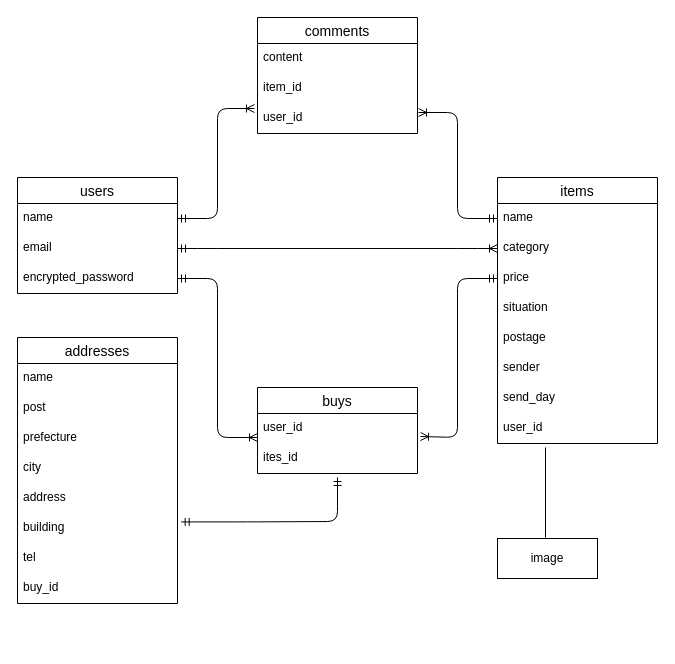
This is furima.dio from sugimotohayato/furima-39259, a draw.io file, before an edit. Source tidied: cells renumbered, new cells numbered last; positions are measured from the earlier drawing's top-left corner, leaving out a move shared by most shapes. Both pictures are drawn from the tidied source at 100%, with x=0, y=0 at pixel (17, 17).
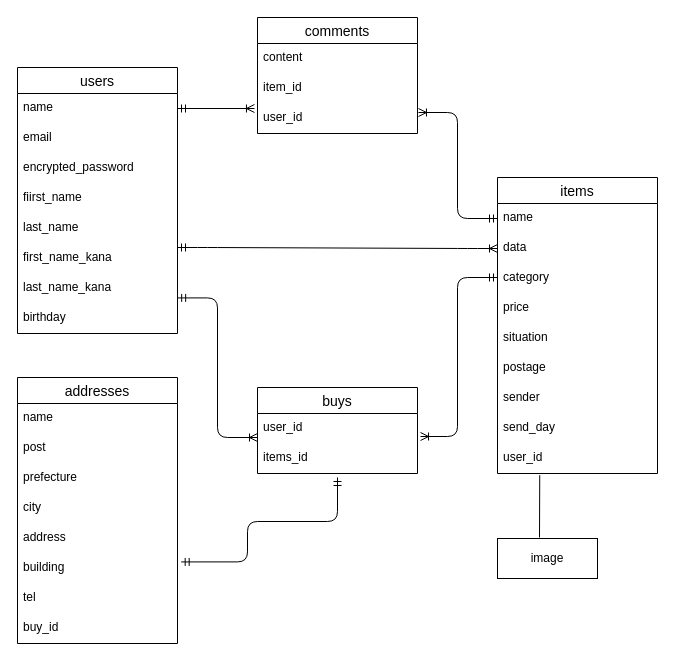
After the change.

The change refers to these unchanged cells:
```xml
<mxCell id="4" value="email" style="text;strokeColor=none;fillColor=none;spacingLeft=4;spacingRight=4;overflow=hidden;points=[[0,0.5],[1,0.5]];portConstraint=eastwest;fontSize=12;" parent="2" vertex="1">
  <mxGeometry y="56" width="160" height="30" as="geometry" />
</mxCell>
<mxCell id="5" value="encrypted_password" style="text;strokeColor=none;fillColor=none;spacingLeft=4;spacingRight=4;overflow=hidden;points=[[0,0.5],[1,0.5]];portConstraint=eastwest;fontSize=12;" parent="2" vertex="1">
  <mxGeometry y="86" width="160" height="30" as="geometry" />
</mxCell>
<mxCell id="19" value="buys" style="swimlane;fontStyle=0;horizontal=1;startSize=26;align=center;fontSize=14;" parent="1" vertex="1">
  <mxGeometry x="240" y="370" width="160" height="86" as="geometry" />
</mxCell>
<mxCell id="20" value="user_id" style="text;strokeColor=none;fillColor=none;spacingLeft=4;spacingRight=4;overflow=hidden;points=[[0,0.5],[1,0.5]];portConstraint=eastwest;fontSize=12;" parent="19" vertex="1">
  <mxGeometry y="26" width="160" height="30" as="geometry" />
</mxCell>
```

The edit, as a diff of the source:
```diff
@@
     <mxCell id="2" value="users" style="swimlane;fontStyle=0;horizontal=1;startSize=26;align=center;fontSize=14;" parent="1" vertex="1">
-      <mxGeometry y="160" width="160" height="116" as="geometry" />
+      <mxGeometry y="50" width="160" height="266" as="geometry" />
     </mxCell>
@@
+    <mxCell id="39" value="fiirst_name" style="text;strokeColor=none;fillColor=none;spacingLeft=4;spacingRight=4;overflow=hidden;fontSize=12;" parent="2" vertex="1">
+      <mxGeometry y="116" width="160" height="30" as="geometry" />
+    </mxCell>
+    <mxCell id="40" value="last_name" style="text;strokeColor=none;fillColor=none;spacingLeft=4;spacingRight=4;overflow=hidden;fontSize=12;" parent="2" vertex="1">
+      <mxGeometry y="146" width="160" height="30" as="geometry" />
+    </mxCell>
+    <mxCell id="41" value="first_name_kana" style="text;strokeColor=none;fillColor=none;spacingLeft=4;spacingRight=4;overflow=hidden;fontSize=12;" parent="2" vertex="1">
+      <mxGeometry y="176" width="160" height="30" as="geometry" />
+    </mxCell>
+    <mxCell id="42" value="last_name_kana" style="text;strokeColor=none;fillColor=none;spacingLeft=4;spacingRight=4;overflow=hidden;points=[[0,0.5],[1,0.5]];portConstraint=eastwest;fontSize=12;" parent="2" vertex="1">
+      <mxGeometry y="206" width="160" height="30" as="geometry" />
+    </mxCell>
+    <mxCell id="43" value="birthday" style="text;strokeColor=none;fillColor=none;spacingLeft=4;spacingRight=4;overflow=hidden;fontSize=12;" parent="2" vertex="1">
+      <mxGeometry y="236" width="160" height="30" as="geometry" />
+    </mxCell>
     <mxCell id="6" value="addresses" style="swimlane;fontStyle=0;horizontal=1;startSize=26;align=center;fontSize=14;" parent="1" vertex="1">
-      <mxGeometry y="320" width="160" height="266" as="geometry" />
+      <mxGeometry y="360" width="160" height="266" as="geometry" />
     </mxCell>
@@
-    <mxCell id="21" value="ites_id" style="text;strokeColor=none;fillColor=none;spacingLeft=4;spacingRight=4;overflow=hidden;points=[[0,0.5],[1,0.5]];portConstraint=eastwest;fontSize=12;" parent="19" vertex="1">
+    <mxCell id="21" value="items_id" style="text;strokeColor=none;fillColor=none;spacingLeft=4;spacingRight=4;overflow=hidden;points=[[0,0.5],[1,0.5]];portConstraint=eastwest;fontSize=12;" parent="19" vertex="1">
       <mxGeometry y="56" width="160" height="30" as="geometry" />
     </mxCell>
     <mxCell id="22" value="items" style="swimlane;fontStyle=0;horizontal=1;startSize=26;align=center;fontSize=14;" parent="1" vertex="1">
-      <mxGeometry x="480" y="160" width="160" height="266" as="geometry" />
+      <mxGeometry x="480" y="160" width="160" height="296" as="geometry" />
     </mxCell>
@@
+    <mxCell id="44" value="data" style="text;strokeColor=none;fillColor=none;spacingLeft=4;spacingRight=4;overflow=hidden;points=[[0,0.5],[1,0.5]];portConstraint=eastwest;fontSize=12;" parent="22" vertex="1">
+      <mxGeometry y="56" width="160" height="30" as="geometry" />
+    </mxCell>
     <mxCell id="24" value="category" style="text;strokeColor=none;fillColor=none;spacingLeft=4;spacingRight=4;overflow=hidden;points=[[0,0.5],[1,0.5]];portConstraint=eastwest;fontSize=12;" parent="22" vertex="1">
-      <mxGeometry y="56" width="160" height="30" as="geometry" />
+      <mxGeometry y="86" width="160" height="30" as="geometry" />
     </mxCell>
     <mxCell id="25" value="price" style="text;strokeColor=none;fillColor=none;spacingLeft=4;spacingRight=4;overflow=hidden;points=[[0,0.5],[1,0.5]];portConstraint=eastwest;fontSize=12;" parent="22" vertex="1">
-      <mxGeometry y="86" width="160" height="30" as="geometry" />
+      <mxGeometry y="116" width="160" height="30" as="geometry" />
     </mxCell>
     <mxCell id="26" value="situation" style="text;strokeColor=none;fillColor=none;spacingLeft=4;spacingRight=4;overflow=hidden;fontSize=12;" parent="22" vertex="1">
-      <mxGeometry y="116" width="160" height="30" as="geometry" />
+      <mxGeometry y="146" width="160" height="30" as="geometry" />
     </mxCell>
     <mxCell id="27" value="postage" style="text;strokeColor=none;fillColor=none;spacingLeft=4;spacingRight=4;overflow=hidden;fontSize=12;" parent="22" vertex="1">
-      <mxGeometry y="146" width="160" height="30" as="geometry" />
+      <mxGeometry y="176" width="160" height="30" as="geometry" />
     </mxCell>
     <mxCell id="28" value="sender" style="text;strokeColor=none;fillColor=none;spacingLeft=4;spacingRight=4;overflow=hidden;fontSize=12;" parent="22" vertex="1">
-      <mxGeometry y="176" width="160" height="30" as="geometry" />
+      <mxGeometry y="206" width="160" height="30" as="geometry" />
     </mxCell>
     <mxCell id="29" value="send_day" style="text;strokeColor=none;fillColor=none;spacingLeft=4;spacingRight=4;overflow=hidden;fontSize=12;" parent="22" vertex="1">
-      <mxGeometry y="206" width="160" height="30" as="geometry" />
+      <mxGeometry y="236" width="160" height="30" as="geometry" />
     </mxCell>
     <mxCell id="30" value="user_id" style="text;strokeColor=none;fillColor=none;spacingLeft=4;spacingRight=4;overflow=hidden;points=[[0,0.5],[1,0.5]];portConstraint=eastwest;fontSize=12;" parent="22" vertex="1">
-      <mxGeometry y="236" width="160" height="30" as="geometry" />
+      <mxGeometry y="266" width="160" height="30" as="geometry" />
     </mxCell>
-    <mxCell id="31" style="edgeStyle=entityRelationEdgeStyle;fontSize=12;html=1;endArrow=ERoneToMany;startArrow=ERmandOne;exitX=1;exitY=0.5;exitDx=0;exitDy=0;entryX=0;entryY=0.5;entryDx=0;entryDy=0;" parent="1" edge="1" source="4" target="24">
-      <mxGeometry relative="1" as="geometry" />
+    <mxCell id="31" style="edgeStyle=entityRelationEdgeStyle;fontSize=12;html=1;endArrow=ERoneToMany;startArrow=ERmandOne;" parent="1" edge="1" target="44">
+      <mxGeometry relative="1" as="geometry">
+        <mxPoint x="160" y="230" as="sourcePoint" />
+      </mxGeometry>
     </mxCell>
-    <mxCell id="32" style="edgeStyle=orthogonalEdgeStyle;fontSize=12;html=1;endArrow=ERoneToMany;startArrow=ERmandOne;" parent="1" edge="1" source="5">
+    <mxCell id="32" style="edgeStyle=orthogonalEdgeStyle;fontSize=12;html=1;endArrow=ERoneToMany;startArrow=ERmandOne;exitX=1.001;exitY=0.814;exitDx=0;exitDy=0;exitPerimeter=0;" parent="1" edge="1" source="42">
       <mxGeometry relative="1" as="geometry">
         <mxPoint x="240" y="420" as="targetPoint" />
         <Array as="points">
-          <mxPoint x="200" y="261" />
+          <mxPoint x="200" y="280" />
           <mxPoint x="200" y="420" />
-          <mxPoint x="240" y="420" />
         </Array>
       </mxGeometry>
     </mxCell>
-    <mxCell id="33" style="edgeStyle=orthogonalEdgeStyle;fontSize=12;html=1;endArrow=ERoneToMany;startArrow=ERmandOne;exitX=0;exitY=0.5;exitDx=0;exitDy=0;entryX=1.019;entryY=0.767;entryDx=0;entryDy=0;entryPerimeter=0;" parent="1" edge="1" source="25" target="20">
+    <mxCell id="33" style="edgeStyle=orthogonalEdgeStyle;fontSize=12;html=1;endArrow=ERoneToMany;startArrow=ERmandOne;entryX=1.019;entryY=0.767;entryDx=0;entryDy=0;entryPerimeter=0;" parent="1" edge="1" target="20">
       <mxGeometry relative="1" as="geometry">
+        <mxPoint x="480" y="260" as="sourcePoint" />
         <Array as="points">
-          <mxPoint x="440" y="261" />
-          <mxPoint x="440" y="420" />
+          <mxPoint x="440" y="260" />
+          <mxPoint x="440" y="419" />
         </Array>
       </mxGeometry>
     </mxCell>
@@
-    <mxCell id="38" style="endArrow=none;html=1;rounded=0;" parent="1" edge="1">
+    <mxCell id="38" style="endArrow=none;html=1;rounded=0;entryX=0.264;entryY=1.057;entryDx=0;entryDy=0;entryPerimeter=0;" parent="1" edge="1" target="30">
       <mxGeometry relative="1" as="geometry">
-        <mxPoint x="528" y="520" as="sourcePoint" />
-        <mxPoint x="528" y="430" as="targetPoint" />
+        <mxPoint x="522" y="520" as="sourcePoint" />
       </mxGeometry>
     </mxCell>
```
